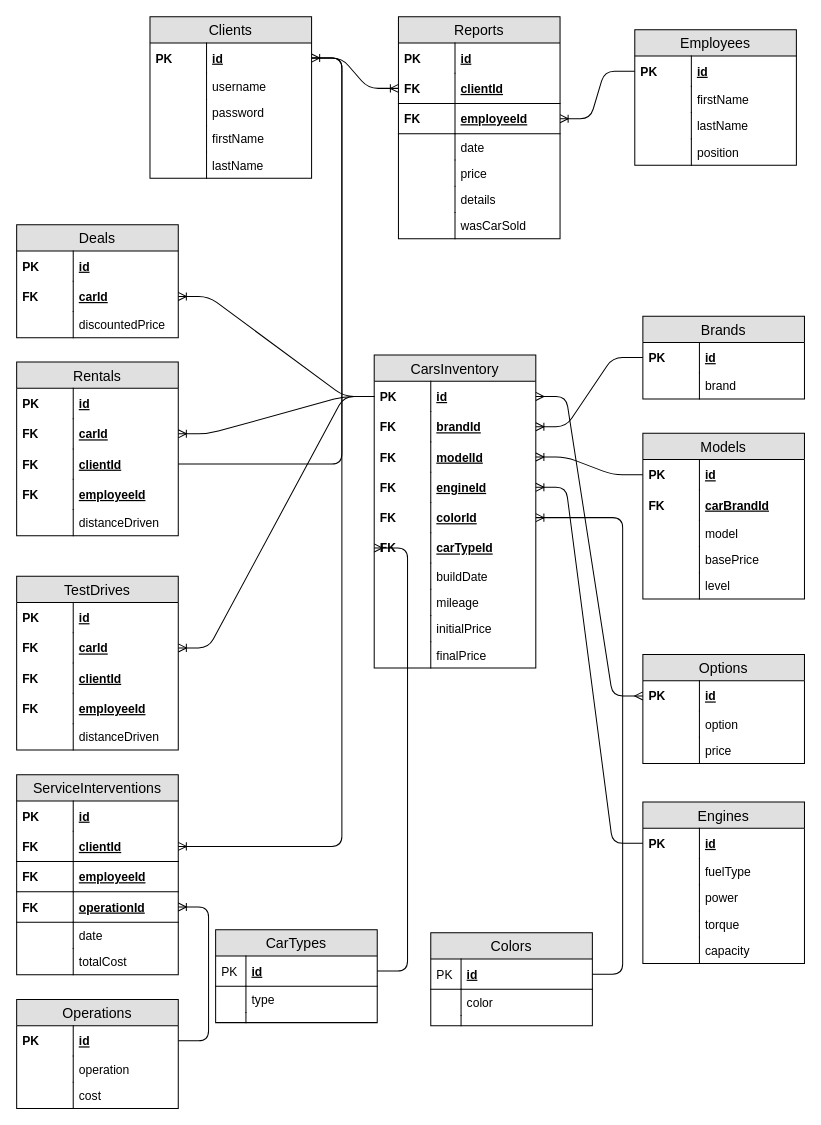
Before: DB/CarDealerDB.drawio in alintintesan/CarDealer, a draw.io diagram. Source tidied: cells renumbered, new cells numbered last; positions are measured from the earlier drawing's top-left corner, leaving out a move shared by most shapes. Both pictures are drawn from the tidied source at 101%, with x=0, y=0 at pixel (16, 16).
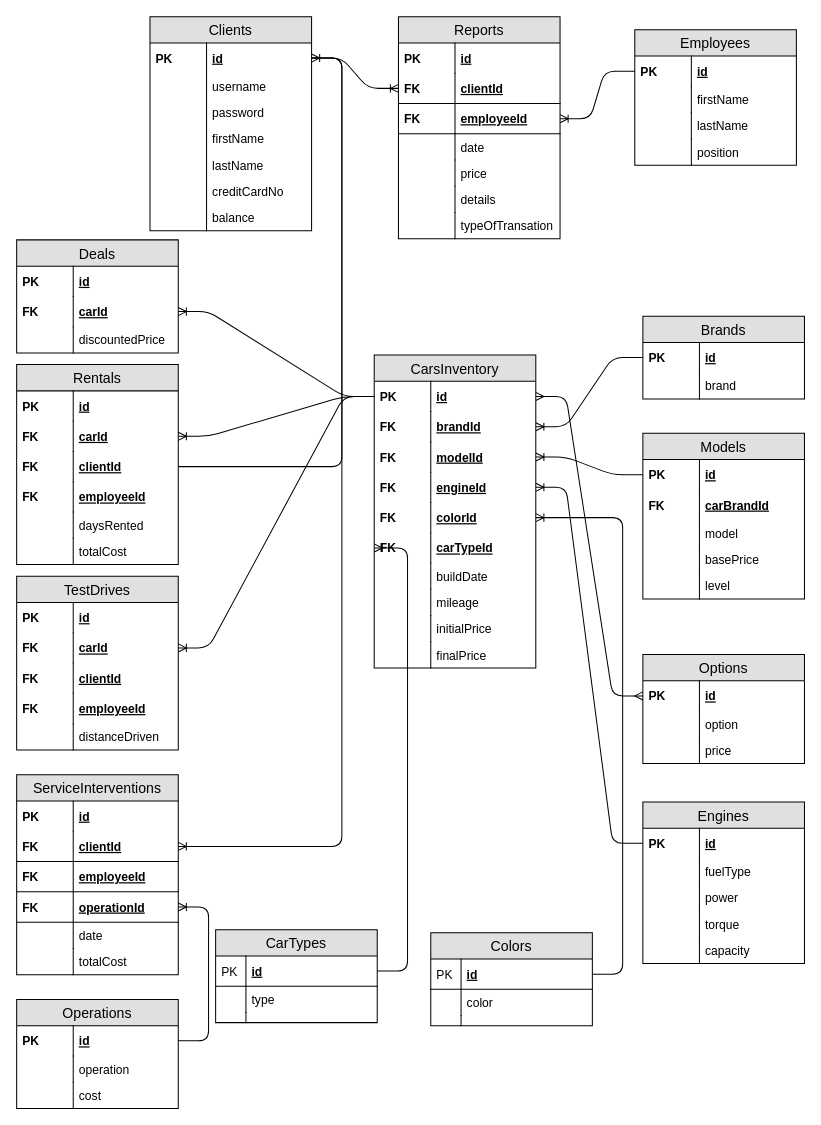
The same diagram, later.

The change refers to these unchanged cells:
```xml
<mxCell id="140" value="Reports" style="swimlane;fontStyle=0;horizontal=1;startSize=26;fillColor=#e0e0e0;swimlaneFillColor=#ffffff;align=center;fontSize=14;" parent="1" vertex="1">
  <mxGeometry x="378" width="160" height="220" as="geometry" />
</mxCell>
```

Change to the diagram source:
```diff
@@
     <mxCell id="2" value="Clients" style="swimlane;fontStyle=0;horizontal=1;startSize=26;fillColor=#e0e0e0;swimlaneFillColor=#ffffff;align=center;fontSize=14;" parent="1" vertex="1">
-      <mxGeometry x="132" width="160" height="160" as="geometry" />
+      <mxGeometry x="132" width="160" height="212" as="geometry" />
     </mxCell>
@@
+    <mxCell id="169" value="creditCardNo" style="shape=partialRectangle;top=0;left=0;right=0;bottom=0;align=left;verticalAlign=top;fillColor=none;spacingLeft=60;spacingRight=4;overflow=hidden;fontSize=12;" parent="2" vertex="1">
+      <mxGeometry y="160" width="160" height="26" as="geometry" />
+    </mxCell>
+    <mxCell id="170" style="shape=partialRectangle;top=0;left=0;bottom=0;fillColor=none;align=left;verticalAlign=top;spacingLeft=4;spacingRight=4;overflow=hidden;fontSize=12;" parent="169" vertex="1">
+      <mxGeometry width="56" height="26" as="geometry" />
+    </mxCell>
+    <mxCell id="171" value="balance" style="shape=partialRectangle;top=0;left=0;right=0;bottom=0;align=left;verticalAlign=top;fillColor=none;spacingLeft=60;spacingRight=4;overflow=hidden;fontSize=12;" parent="2" vertex="1">
+      <mxGeometry y="186" width="160" height="26" as="geometry" />
+    </mxCell>
+    <mxCell id="172" style="shape=partialRectangle;top=0;left=0;bottom=0;fillColor=none;align=left;verticalAlign=top;spacingLeft=4;spacingRight=4;overflow=hidden;fontSize=12;" parent="171" vertex="1">
+      <mxGeometry width="56" height="26" as="geometry" />
+    </mxCell>
@@
     <mxCell id="66" value="Deals" style="swimlane;fontStyle=0;horizontal=1;startSize=26;fillColor=#e0e0e0;swimlaneFillColor=#ffffff;align=center;fontSize=14;" parent="1" vertex="1">
-      <mxGeometry y="206" width="160" height="112" as="geometry" />
+      <mxGeometry y="221" width="160" height="112" as="geometry" />
     </mxCell>
@@
     <mxCell id="73" value="Rentals" style="swimlane;fontStyle=0;horizontal=1;startSize=26;fillColor=#e0e0e0;swimlaneFillColor=#ffffff;align=center;fontSize=14;" parent="1" vertex="1">
-      <mxGeometry y="342" width="160" height="172" as="geometry" />
+      <mxGeometry y="344.5" width="160" height="198" as="geometry" />
     </mxCell>
@@
-    <mxCell id="82" value="distanceDriven" style="shape=partialRectangle;top=0;left=0;right=0;bottom=0;align=left;verticalAlign=top;fillColor=none;spacingLeft=60;spacingRight=4;overflow=hidden;fontSize=12;" parent="73" vertex="1">
+    <mxCell id="82" value="daysRented" style="shape=partialRectangle;top=0;left=0;right=0;bottom=0;align=left;verticalAlign=top;fillColor=none;spacingLeft=60;spacingRight=4;overflow=hidden;fontSize=12;" parent="73" vertex="1">
       <mxGeometry y="146" width="160" height="26" as="geometry" />
     </mxCell>
@@
+    <mxCell id="173" value="totalCost" style="shape=partialRectangle;top=0;left=0;right=0;bottom=0;align=left;verticalAlign=top;fillColor=none;spacingLeft=60;spacingRight=4;overflow=hidden;fontSize=12;" parent="73" vertex="1">
+      <mxGeometry y="172" width="160" height="26" as="geometry" />
+    </mxCell>
+    <mxCell id="174" style="shape=partialRectangle;top=0;left=0;bottom=0;fillColor=none;align=left;verticalAlign=top;spacingLeft=4;spacingRight=4;overflow=hidden;fontSize=12;" parent="173" vertex="1">
+      <mxGeometry width="56" height="26" as="geometry" />
+    </mxCell>
@@
-    <mxCell id="153" value="wasCarSold" style="shape=partialRectangle;top=0;left=0;right=0;bottom=0;align=left;verticalAlign=top;fillColor=none;spacingLeft=60;spacingRight=4;overflow=hidden;fontSize=12;" parent="140" vertex="1">
+    <mxCell id="153" value="typeOfTransation" style="shape=partialRectangle;top=0;left=0;right=0;bottom=0;align=left;verticalAlign=top;fillColor=none;spacingLeft=60;spacingRight=4;overflow=hidden;fontSize=12;" parent="140" vertex="1">
       <mxGeometry y="194" width="160" height="26" as="geometry" />
     </mxCell>
```
